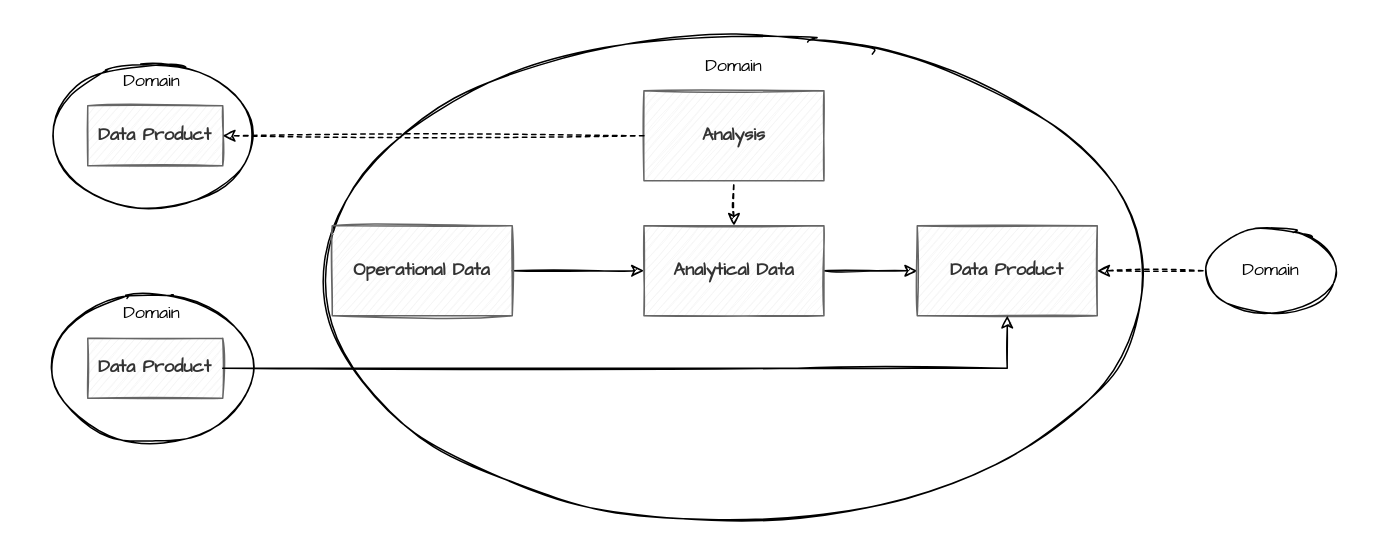
Before: diagrams/domainteamjourney_level4.drawio in datamesh-architecture/datamesh-architecture.com, a draw.io diagram. Source tidied: cells renumbered, new cells numbered last; positions are measured from the earlier drawing's top-left corner, leaving out a move shared by most shapes. Both pictures are drawn from the tidied source at 150%, with x=0, y=0 at pixel (26, 26).
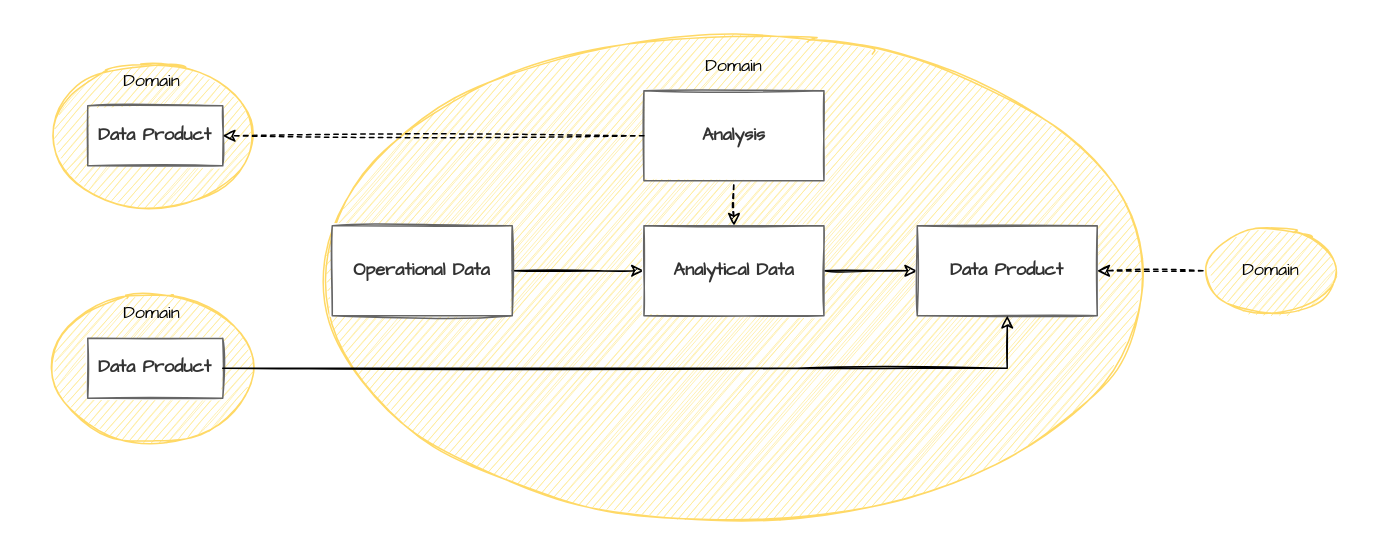
Above is the later version.

What changed in the source:
```diff
@@
-    <mxCell id="3" value="Domain" style="ellipse;whiteSpace=wrap;html=1;verticalAlign=top;sketch=1;fontFamily=Architects Daughter;" parent="1" vertex="1">
+    <mxCell id="3" value="Domain" style="ellipse;whiteSpace=wrap;html=1;verticalAlign=top;sketch=1;fontFamily=Architects Daughter;strokeColor=#FFD966;fillColor=#FFEB99;" parent="1" vertex="1">
       <mxGeometry x="184" y="13" width="575.5" height="310" as="geometry" />
     </mxCell>
-    <mxCell id="4" value="Analysis" style="rounded=0;whiteSpace=wrap;html=1;fillColor=#f5f5f5;fontColor=#333333;strokeColor=#666666;fontStyle=1;sketch=1;fontFamily=Architects Daughter;" parent="1" vertex="1">
+    <mxCell id="4" value="Analysis" style="rounded=0;whiteSpace=wrap;html=1;fillColor=#FFFFFF;fontColor=#333333;strokeColor=#666666;fontStyle=1;sketch=1;fontFamily=Architects Daughter;fillStyle=solid;" parent="1" vertex="1">
       <mxGeometry x="411.8" y="43" width="120" height="60" as="geometry" />
     </mxCell>
@@
-    <mxCell id="8" value="Analytical Data" style="rounded=0;whiteSpace=wrap;html=1;fillColor=#f5f5f5;fontColor=#333333;strokeColor=#666666;fontStyle=1;sketch=1;fontFamily=Architects Daughter;" parent="1" vertex="1">
+    <mxCell id="8" value="Analytical Data" style="rounded=0;whiteSpace=wrap;html=1;fillColor=#FFFFFF;fontColor=#333333;strokeColor=#666666;fontStyle=1;sketch=1;fontFamily=Architects Daughter;fillStyle=solid;" parent="1" vertex="1">
       <mxGeometry x="411.8" y="133" width="120" height="60" as="geometry" />
     </mxCell>
-    <mxCell id="9" value="Operational Data" style="rounded=0;whiteSpace=wrap;html=1;fillColor=#f5f5f5;fontColor=#333333;strokeColor=#666666;fontStyle=1;sketch=1;fontFamily=Architects Daughter;" parent="1" vertex="1">
+    <mxCell id="9" value="Operational Data" style="rounded=0;whiteSpace=wrap;html=1;fillColor=#FFFFFF;fontColor=#333333;strokeColor=#666666;fontStyle=1;sketch=1;fontFamily=Architects Daughter;fillStyle=solid;" parent="1" vertex="1">
       <mxGeometry x="204" y="133" width="120" height="60" as="geometry" />
     </mxCell>
-    <mxCell id="10" value="Data Product" style="rounded=0;whiteSpace=wrap;html=1;fillColor=#f5f5f5;fontColor=#333333;strokeColor=#666666;fontStyle=1;sketch=1;fontFamily=Architects Daughter;" parent="1" vertex="1">
+    <mxCell id="10" value="Data Product" style="rounded=0;whiteSpace=wrap;html=1;fillColor=#FFFFFF;fontColor=#333333;strokeColor=#666666;fontStyle=1;sketch=1;fontFamily=Architects Daughter;fillStyle=solid;" parent="1" vertex="1">
       <mxGeometry x="594" y="133" width="120" height="60" as="geometry" />
     </mxCell>
-    <mxCell id="11" value="Domain" style="ellipse;whiteSpace=wrap;html=1;verticalAlign=middle;sketch=1;fontFamily=Architects Daughter;" parent="1" vertex="1">
+    <mxCell id="11" value="Domain" style="ellipse;whiteSpace=wrap;html=1;verticalAlign=middle;sketch=1;fontFamily=Architects Daughter;strokeColor=#FFD966;fillColor=#FFEB99;fillStyle=auto;" parent="1" vertex="1">
       <mxGeometry x="784.5" y="133" width="90" height="60" as="geometry" />
     </mxCell>
@@
-    <mxCell id="13" value="Domain" style="ellipse;whiteSpace=wrap;html=1;verticalAlign=top;sketch=1;fontFamily=Architects Daughter;" parent="1" vertex="1">
+    <mxCell id="13" value="Domain" style="ellipse;whiteSpace=wrap;html=1;verticalAlign=top;sketch=1;fontFamily=Architects Daughter;strokeColor=#FFD966;fillColor=#FFEB99;" parent="1" vertex="1">
       <mxGeometry x="14" y="23" width="140" height="100" as="geometry" />
     </mxCell>
-    <mxCell id="14" value="Data Product" style="rounded=0;whiteSpace=wrap;html=1;fillColor=#f5f5f5;fontColor=#333333;strokeColor=#666666;fontStyle=1;sketch=1;fontFamily=Architects Daughter;" parent="1" vertex="1">
+    <mxCell id="14" value="Data Product" style="rounded=0;whiteSpace=wrap;html=1;fillColor=#FFFFFF;fontColor=#333333;strokeColor=#666666;fontStyle=1;sketch=1;fontFamily=Architects Daughter;fillStyle=solid;" parent="1" vertex="1">
       <mxGeometry x="41" y="53" width="90" height="40" as="geometry" />
     </mxCell>
@@
-    <mxCell id="16" value="Domain" style="ellipse;whiteSpace=wrap;html=1;verticalAlign=top;sketch=1;fontFamily=Architects Daughter;" parent="1" vertex="1">
+    <mxCell id="16" value="Domain" style="ellipse;whiteSpace=wrap;html=1;verticalAlign=top;sketch=1;fontFamily=Architects Daughter;strokeColor=#FFD966;fillColor=#FFEB99;" parent="1" vertex="1">
       <mxGeometry x="14" y="178" width="140" height="100" as="geometry" />
     </mxCell>
-    <mxCell id="17" value="Data Product" style="rounded=0;whiteSpace=wrap;html=1;fillColor=#f5f5f5;fontColor=#333333;strokeColor=#666666;fontStyle=1;sketch=1;fontFamily=Architects Daughter;" parent="1" vertex="1">
+    <mxCell id="17" value="Data Product" style="rounded=0;whiteSpace=wrap;html=1;fillColor=#FFFFFF;fontColor=#333333;strokeColor=#666666;fontStyle=1;sketch=1;fontFamily=Architects Daughter;fillStyle=solid;" parent="1" vertex="1">
       <mxGeometry x="41" y="208" width="90" height="40" as="geometry" />
     </mxCell>
```
